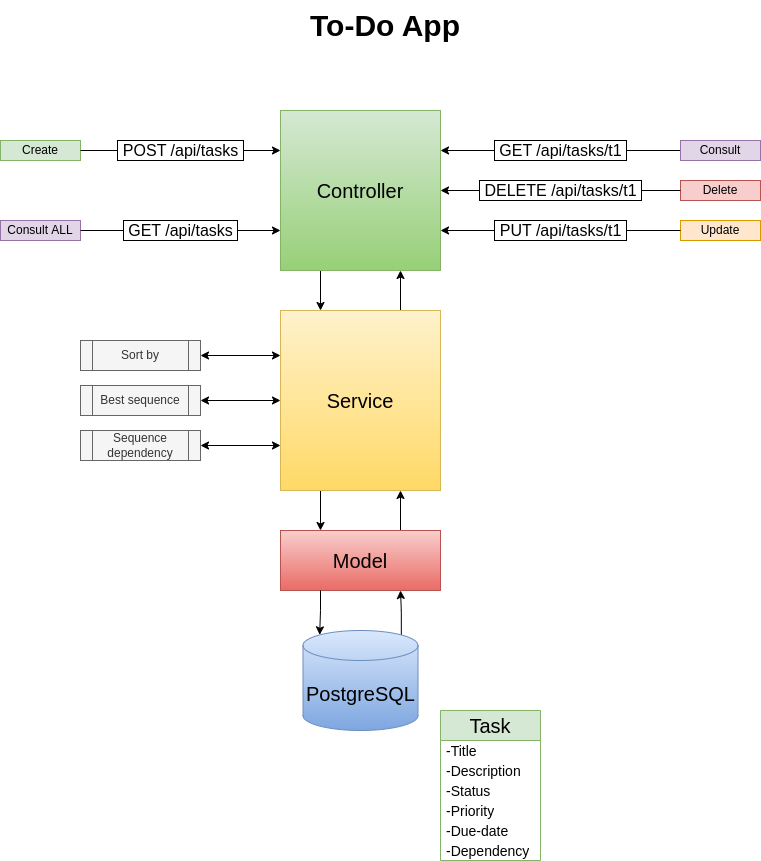
Above: api/architecture/arch.png in mSimon12/to-do-app (draw.io), before the change. Source tidied: cells renumbered, new cells last; positions are measured from the earlier drawing's top-left corner, leaving out a move shared by most shapes.
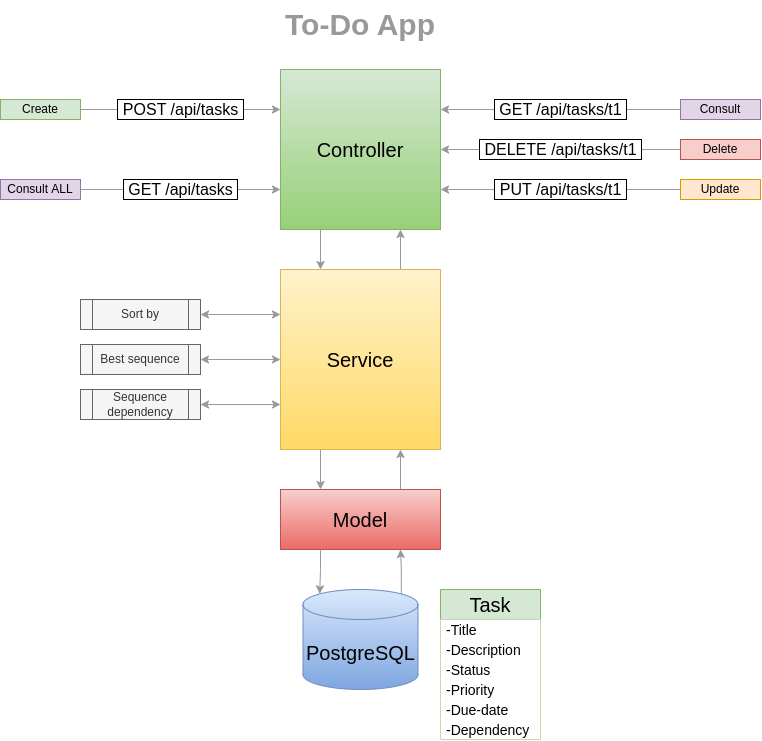
Above is the later version.

The edit, as a diff of the source:
```diff
@@ -2,28 +2,28 @@
   <root>
     <mxCell id="0" />
     <mxCell id="1" parent="0" />
-    <mxCell id="2" value="&lt;font&gt;To-Do App&lt;/font&gt;" style="text;html=1;align=center;verticalAlign=middle;whiteSpace=wrap;rounded=0;fontStyle=1;fontSize=30;labelBorderColor=none;labelBackgroundColor=none;" parent="1" vertex="1">
-      <mxGeometry x="270" width="230" height="50" as="geometry" />
+    <mxCell id="2" value="&lt;font&gt;To-Do App&lt;/font&gt;" style="text;html=1;align=center;verticalAlign=middle;whiteSpace=wrap;rounded=0;fontStyle=1;fontSize=30;labelBorderColor=none;labelBackgroundColor=none;fontColor=#999999;" parent="1" vertex="1">
+      <mxGeometry x="245" y="40" width="230" height="50" as="geometry" />
     </mxCell>
     <mxCell id="3" value="Task" style="swimlane;fontStyle=0;horizontal=1;startSize=30;whiteSpace=wrap;html=1;fontSize=20;fillColor=#d5e8d4;strokeColor=#82b366;" parent="1" vertex="1">
-      <mxGeometry x="440" y="710" width="100" height="150" as="geometry" />
+      <mxGeometry x="440" y="630" width="100" height="150" as="geometry" />
     </mxCell>
-    <mxCell id="4" value="-Title" style="text;strokeColor=none;fillColor=none;align=left;verticalAlign=middle;spacingLeft=4;spacingRight=4;overflow=hidden;whiteSpace=wrap;html=1;fontSize=14;" parent="3" vertex="1">
+    <mxCell id="4" value="-Title" style="text;align=left;verticalAlign=middle;spacingLeft=4;spacingRight=4;overflow=hidden;whiteSpace=wrap;html=1;fontSize=14;labelBackgroundColor=none;fillColor=default;" parent="3" vertex="1">
       <mxGeometry y="30" width="100" height="20" as="geometry" />
     </mxCell>
-    <mxCell id="5" value="-Description" style="text;strokeColor=none;fillColor=none;align=left;verticalAlign=middle;spacingLeft=4;spacingRight=4;overflow=hidden;whiteSpace=wrap;html=1;fontSize=14;" parent="3" vertex="1">
+    <mxCell id="5" value="-Description" style="text;align=left;verticalAlign=middle;spacingLeft=4;spacingRight=4;overflow=hidden;whiteSpace=wrap;html=1;fontSize=14;fillColor=default;" parent="3" vertex="1">
       <mxGeometry y="50" width="100" height="20" as="geometry" />
     </mxCell>
-    <mxCell id="6" value="-Status" style="text;strokeColor=none;fillColor=none;align=left;verticalAlign=middle;spacingLeft=4;spacingRight=4;overflow=hidden;whiteSpace=wrap;html=1;fontSize=14;" parent="3" vertex="1">
+    <mxCell id="6" value="-Status" style="text;align=left;verticalAlign=middle;spacingLeft=4;spacingRight=4;overflow=hidden;whiteSpace=wrap;html=1;fontSize=14;fillColor=default;" parent="3" vertex="1">
       <mxGeometry y="70" width="100" height="20" as="geometry" />
     </mxCell>
-    <mxCell id="7" value="-Priority" style="text;strokeColor=none;fillColor=none;align=left;verticalAlign=middle;spacingLeft=4;spacingRight=4;overflow=hidden;whiteSpace=wrap;html=1;fontSize=14;" parent="3" vertex="1">
+    <mxCell id="7" value="-Priority" style="text;align=left;verticalAlign=middle;spacingLeft=4;spacingRight=4;overflow=hidden;whiteSpace=wrap;html=1;fontSize=14;fillColor=default;" parent="3" vertex="1">
       <mxGeometry y="90" width="100" height="20" as="geometry" />
     </mxCell>
-    <mxCell id="8" value="-Due-date" style="text;strokeColor=none;fillColor=none;align=left;verticalAlign=middle;spacingLeft=4;spacingRight=4;overflow=hidden;whiteSpace=wrap;html=1;fontSize=14;" parent="3" vertex="1">
+    <mxCell id="8" value="-Due-date" style="text;align=left;verticalAlign=middle;spacingLeft=4;spacingRight=4;overflow=hidden;whiteSpace=wrap;html=1;fontSize=14;fillColor=default;" parent="3" vertex="1">
       <mxGeometry y="110" width="100" height="20" as="geometry" />
     </mxCell>
-    <mxCell id="9" value="-Dependency" style="text;strokeColor=none;fillColor=none;align=left;verticalAlign=middle;spacingLeft=4;spacingRight=4;overflow=hidden;whiteSpace=wrap;html=1;fontSize=14;" parent="3" vertex="1">
+    <mxCell id="9" value="-Dependency" style="text;align=left;verticalAlign=middle;spacingLeft=4;spacingRight=4;overflow=hidden;whiteSpace=wrap;html=1;fontSize=14;fillColor=default;" parent="3" vertex="1">
       <mxGeometry y="130" width="100" height="20" as="geometry" />
     </mxCell>
     <mxCell id="10" value="Create" style="rounded=0;whiteSpace=wrap;html=1;fillColor=#d5e8d4;strokeColor=#82b366;" parent="1" vertex="1">
@@ -47,57 +47,57 @@
     <mxCell id="16" value="Sequence dependency" style="shape=process;whiteSpace=wrap;html=1;backgroundOutline=1;fillColor=#f5f5f5;fontColor=#333333;strokeColor=#666666;" parent="1" vertex="1">
       <mxGeometry x="80" y="430" width="120" height="30" as="geometry" />
     </mxCell>
-    <mxCell id="17" style="edgeStyle=orthogonalEdgeStyle;rounded=0;jettySize=auto;html=1;exitX=0.75;exitY=0;exitDx=0;exitDy=0;entryX=0.75;entryY=1;entryDx=0;entryDy=0;" parent="1" edge="1" source="18" target="24">
+    <mxCell id="17" style="edgeStyle=orthogonalEdgeStyle;rounded=0;jettySize=auto;html=1;exitX=0.75;exitY=0;exitDx=0;exitDy=0;entryX=0.75;entryY=1;entryDx=0;entryDy=0;strokeColor=#999999;" parent="1" edge="1" source="18" target="24">
       <mxGeometry relative="1" as="geometry" />
     </mxCell>
     <mxCell id="18" value="Model" style="rounded=0;whiteSpace=wrap;html=1;fontSize=20;fillColor=#f8cecc;gradientColor=#ea6b66;strokeColor=#b85450;" parent="1" vertex="1">
       <mxGeometry x="280" y="530" width="160" height="60" as="geometry" />
     </mxCell>
-    <mxCell id="19" style="edgeStyle=orthogonalEdgeStyle;rounded=0;jettySize=auto;html=1;exitX=0;exitY=0.75;exitDx=0;exitDy=0;startArrow=classic;startFill=1;" parent="1" edge="1" source="24" target="16">
+    <mxCell id="19" style="edgeStyle=orthogonalEdgeStyle;rounded=0;jettySize=auto;html=1;exitX=0;exitY=0.75;exitDx=0;exitDy=0;startArrow=classic;startFill=1;strokeColor=#999999;" parent="1" edge="1" source="24" target="16">
       <mxGeometry relative="1" as="geometry" />
     </mxCell>
-    <mxCell id="20" style="edgeStyle=orthogonalEdgeStyle;rounded=0;jettySize=auto;html=1;exitX=0;exitY=0.5;exitDx=0;exitDy=0;entryX=1;entryY=0.5;entryDx=0;entryDy=0;startArrow=classic;startFill=1;" parent="1" edge="1" source="24" target="15">
+    <mxCell id="20" style="edgeStyle=orthogonalEdgeStyle;rounded=0;jettySize=auto;html=1;exitX=0;exitY=0.5;exitDx=0;exitDy=0;entryX=1;entryY=0.5;entryDx=0;entryDy=0;startArrow=classic;startFill=1;strokeColor=#999999;" parent="1" edge="1" source="24" target="15">
       <mxGeometry relative="1" as="geometry" />
     </mxCell>
-    <mxCell id="21" style="edgeStyle=orthogonalEdgeStyle;rounded=0;jettySize=auto;html=1;exitX=0;exitY=0.25;exitDx=0;exitDy=0;entryX=1;entryY=0.5;entryDx=0;entryDy=0;startArrow=classic;startFill=1;" parent="1" edge="1" source="24" target="14">
+    <mxCell id="21" style="edgeStyle=orthogonalEdgeStyle;rounded=0;jettySize=auto;html=1;exitX=0;exitY=0.25;exitDx=0;exitDy=0;entryX=1;entryY=0.5;entryDx=0;entryDy=0;startArrow=classic;startFill=1;strokeColor=#999999;" parent="1" edge="1" source="24" target="14">
       <mxGeometry relative="1" as="geometry" />
     </mxCell>
-    <mxCell id="22" style="edgeStyle=orthogonalEdgeStyle;rounded=0;jettySize=auto;html=1;exitX=0.75;exitY=0;exitDx=0;exitDy=0;entryX=0.75;entryY=1;entryDx=0;entryDy=0;" parent="1" edge="1" source="24" target="26">
+    <mxCell id="22" style="edgeStyle=orthogonalEdgeStyle;rounded=0;jettySize=auto;html=1;exitX=0.75;exitY=0;exitDx=0;exitDy=0;entryX=0.75;entryY=1;entryDx=0;entryDy=0;strokeColor=#999999;" parent="1" edge="1" source="24" target="26">
       <mxGeometry relative="1" as="geometry" />
     </mxCell>
-    <mxCell id="23" style="edgeStyle=orthogonalEdgeStyle;rounded=0;jettySize=auto;html=1;exitX=0.25;exitY=1;exitDx=0;exitDy=0;entryX=0.25;entryY=0;entryDx=0;entryDy=0;" parent="1" edge="1" source="24" target="18">
+    <mxCell id="23" style="edgeStyle=orthogonalEdgeStyle;rounded=0;jettySize=auto;html=1;exitX=0.25;exitY=1;exitDx=0;exitDy=0;entryX=0.25;entryY=0;entryDx=0;entryDy=0;strokeColor=#999999;" parent="1" edge="1" source="24" target="18">
       <mxGeometry relative="1" as="geometry" />
     </mxCell>
     <mxCell id="24" value="Service" style="rounded=0;whiteSpace=wrap;html=1;fontSize=20;fillColor=#fff2cc;gradientColor=#ffd966;strokeColor=#d6b656;" parent="1" vertex="1">
       <mxGeometry x="280" y="310" width="160" height="180" as="geometry" />
     </mxCell>
-    <mxCell id="25" style="edgeStyle=orthogonalEdgeStyle;rounded=0;jettySize=auto;html=1;exitX=0.25;exitY=1;exitDx=0;exitDy=0;entryX=0.25;entryY=0;entryDx=0;entryDy=0;" parent="1" edge="1" source="26" target="24">
+    <mxCell id="25" style="edgeStyle=orthogonalEdgeStyle;rounded=0;jettySize=auto;html=1;exitX=0.25;exitY=1;exitDx=0;exitDy=0;entryX=0.25;entryY=0;entryDx=0;entryDy=0;strokeColor=#999999;" parent="1" edge="1" source="26" target="24">
       <mxGeometry relative="1" as="geometry" />
     </mxCell>
     <mxCell id="26" value="Controller" style="rounded=0;whiteSpace=wrap;html=1;fontSize=20;fillColor=#d5e8d4;strokeColor=#82b366;gradientColor=#97d077;" parent="1" vertex="1">
       <mxGeometry x="280" y="110" width="160" height="160" as="geometry" />
     </mxCell>
-    <mxCell id="27" value="&amp;nbsp;POST /api/tasks&amp;nbsp;" style="endArrow=classic;html=1;rounded=0;labelBorderColor=default;fontSize=16;entryX=0;entryY=0.25;entryDx=0;entryDy=0;" parent="1" edge="1" target="26">
+    <mxCell id="27" value="&amp;nbsp;POST /api/tasks&amp;nbsp;" style="endArrow=classic;html=1;rounded=0;labelBorderColor=default;fontSize=16;entryX=0;entryY=0.25;entryDx=0;entryDy=0;strokeColor=#999999;" parent="1" edge="1" target="26">
       <mxGeometry relative="1" as="geometry">
         <mxPoint x="80" y="150" as="sourcePoint" />
       </mxGeometry>
     </mxCell>
-    <mxCell id="28" value="&amp;nbsp;GET /api/tasks&amp;nbsp;" style="endArrow=classic;html=1;rounded=0;labelBorderColor=default;fontSize=16;entryX=0;entryY=0.75;entryDx=0;entryDy=0;" parent="1" edge="1" target="26">
+    <mxCell id="28" value="&amp;nbsp;GET /api/tasks&amp;nbsp;" style="endArrow=classic;html=1;rounded=0;labelBorderColor=default;fontSize=16;entryX=0;entryY=0.75;entryDx=0;entryDy=0;strokeColor=#999999;" parent="1" edge="1" target="26">
       <mxGeometry relative="1" as="geometry">
         <mxPoint x="80" y="230" as="sourcePoint" />
       </mxGeometry>
     </mxCell>
-    <mxCell id="29" value="&amp;nbsp;DELETE /api/tasks/t1&amp;nbsp;" style="endArrow=classic;html=1;rounded=0;labelBorderColor=default;fontSize=16;entryX=1;entryY=0.5;entryDx=0;entryDy=0;" parent="1" edge="1" target="26">
+    <mxCell id="29" value="&amp;nbsp;DELETE /api/tasks/t1&amp;nbsp;" style="endArrow=classic;html=1;rounded=0;labelBorderColor=default;fontSize=16;entryX=1;entryY=0.5;entryDx=0;entryDy=0;strokeColor=#999999;" parent="1" edge="1" target="26">
       <mxGeometry relative="1" as="geometry">
         <mxPoint x="680" y="190" as="sourcePoint" />
       </mxGeometry>
     </mxCell>
-    <mxCell id="30" value="&amp;nbsp;PUT /api/tasks/t1&amp;nbsp;" style="endArrow=classic;html=1;rounded=0;labelBorderColor=default;fontSize=16;entryX=1;entryY=0.75;entryDx=0;entryDy=0;" parent="1" edge="1" target="26">
+    <mxCell id="30" value="&amp;nbsp;PUT /api/tasks/t1&amp;nbsp;" style="endArrow=classic;html=1;rounded=0;labelBorderColor=default;fontSize=16;entryX=1;entryY=0.75;entryDx=0;entryDy=0;strokeColor=#999999;" parent="1" edge="1" target="26">
       <mxGeometry relative="1" as="geometry">
         <mxPoint x="680" y="230" as="sourcePoint" />
       </mxGeometry>
     </mxCell>
-    <mxCell id="31" value="&amp;nbsp;GET /api/tasks/t1&amp;nbsp;" style="endArrow=classic;html=1;rounded=0;labelBorderColor=default;fontSize=16;entryX=1;entryY=0.25;entryDx=0;entryDy=0;" parent="1" edge="1" target="26">
+    <mxCell id="31" value="&amp;nbsp;GET /api/tasks/t1&amp;nbsp;" style="endArrow=classic;html=1;rounded=0;labelBorderColor=default;fontSize=16;entryX=1;entryY=0.25;entryDx=0;entryDy=0;strokeColor=#999999;" parent="1" edge="1" target="26">
       <mxGeometry relative="1" as="geometry">
         <mxPoint x="680" y="150" as="sourcePoint" />
       </mxGeometry>
@@ -105,13 +105,13 @@
     <mxCell id="32" value="Consult" style="rounded=0;whiteSpace=wrap;html=1;fillColor=#e1d5e7;strokeColor=#9673a6;" parent="1" vertex="1">
       <mxGeometry x="680" y="140" width="80" height="20" as="geometry" />
     </mxCell>
-    <mxCell id="33" style="edgeStyle=orthogonalEdgeStyle;rounded=0;jettySize=auto;html=1;exitX=0.855;exitY=0;exitDx=0;exitDy=4.35;exitPerimeter=0;entryX=0.75;entryY=1;entryDx=0;entryDy=0;" parent="1" edge="1" source="34" target="18">
+    <mxCell id="33" style="edgeStyle=orthogonalEdgeStyle;rounded=0;jettySize=auto;html=1;exitX=0.855;exitY=0;exitDx=0;exitDy=4.35;exitPerimeter=0;entryX=0.75;entryY=1;entryDx=0;entryDy=0;strokeColor=#999999;" parent="1" edge="1" source="34" target="18">
       <mxGeometry relative="1" as="geometry" />
     </mxCell>
     <mxCell id="34" value="PostgreSQL" style="shape=cylinder3;whiteSpace=wrap;html=1;boundedLbl=1;backgroundOutline=1;size=15;fillColor=#dae8fc;gradientColor=#7ea6e0;strokeColor=#6c8ebf;fontSize=20;" parent="1" vertex="1">
       <mxGeometry x="302.5" y="630" width="115" height="100" as="geometry" />
     </mxCell>
-    <mxCell id="35" style="edgeStyle=orthogonalEdgeStyle;rounded=0;jettySize=auto;html=1;exitX=0.25;exitY=1;exitDx=0;exitDy=0;entryX=0.145;entryY=0;entryDx=0;entryDy=4.35;entryPerimeter=0;" parent="1" edge="1" source="18" target="34">
+    <mxCell id="35" style="edgeStyle=orthogonalEdgeStyle;rounded=0;jettySize=auto;html=1;exitX=0.25;exitY=1;exitDx=0;exitDy=0;entryX=0.145;entryY=0;entryDx=0;entryDy=4.35;entryPerimeter=0;strokeColor=#999999;" parent="1" edge="1" source="18" target="34">
       <mxGeometry relative="1" as="geometry" />
     </mxCell>
   </root>
```
